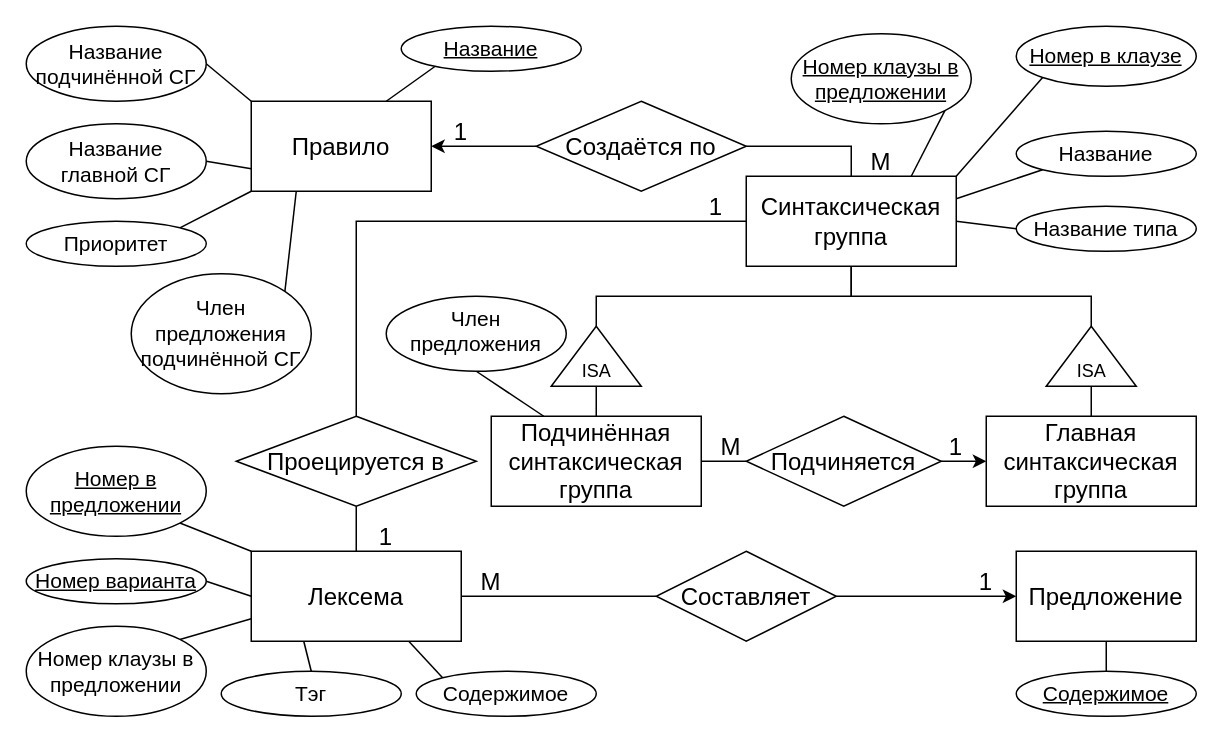
DMfananddu/Computing-Facilities-AIPCS keeps this draw.io diagram as DZ1.drawio. Above is the earlier version. Source tidied: cells renumbered, new cells numbered last; positions are measured from the earlier drawing's top-left corner, leaving out a move shared by most shapes. Both pictures are drawn from the tidied source at 150%, with x=0, y=0 at pixel (26, 26).
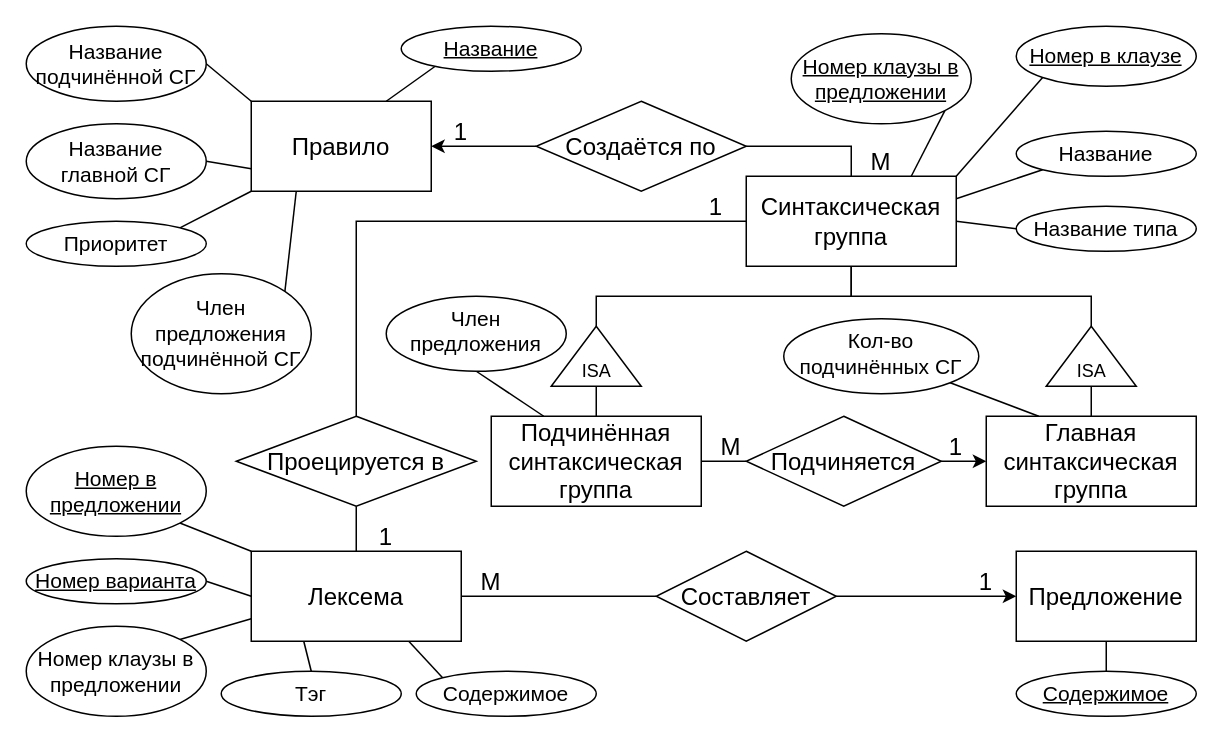
Above is the later version.

The change refers to these unchanged cells:
```xml
<mxCell id="11" value="Главная синтаксическая группа" style="rounded=0;whiteSpace=wrap;html=1;fontSize=16;" parent="1" vertex="1">
  <mxGeometry x="640" y="260" width="140" height="60" as="geometry" />
</mxCell>
```

Diff of the diagram source:
```diff
@@
+    <mxCell id="68" style="edgeStyle=none;rounded=0;jettySize=auto;html=1;exitX=1;exitY=1;exitDx=0;exitDy=0;entryX=0.25;entryY=0;entryDx=0;entryDy=0;endArrow=none;endFill=0;" parent="1" edge="1" source="69" target="11">
+      <mxGeometry relative="1" as="geometry" />
+    </mxCell>
+    <mxCell id="69" value="Кол-во подчинённых СГ" style="ellipse;whiteSpace=wrap;html=1;fontSize=14;verticalAlign=top;horizontal=1;" parent="1" vertex="1">
+      <mxGeometry x="505" y="195" width="130" height="50" as="geometry" />
+    </mxCell>
```
